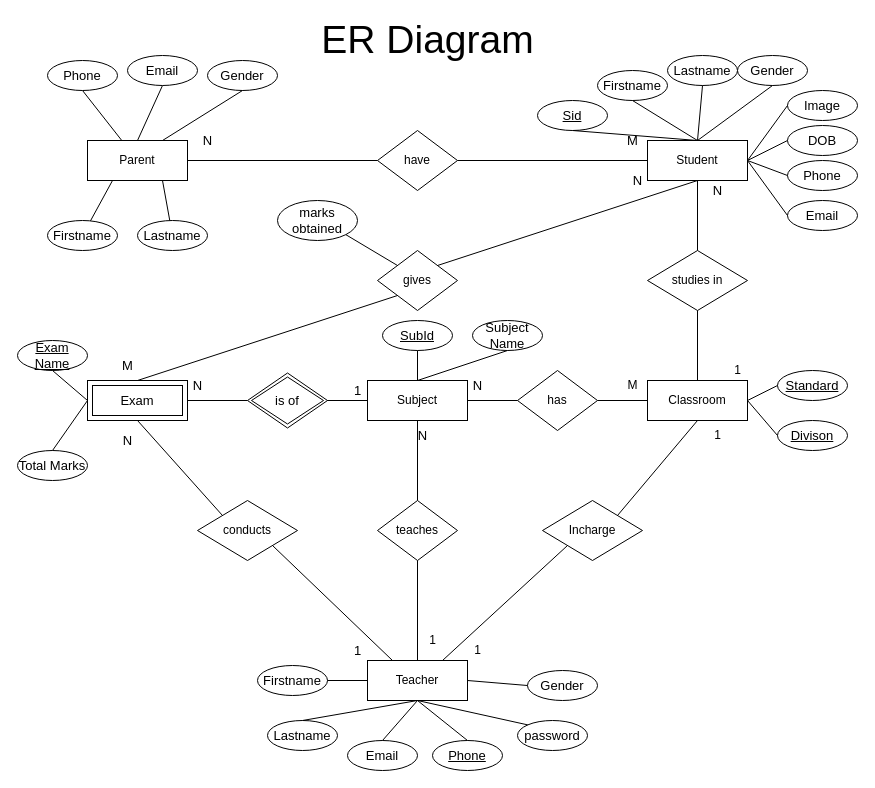
The draw.io diagram Database/School App ER Diagram.drawio.xml in parmar-mohit/School-App, before the edit. Source tidied: cells renumbered, new cells numbered last; positions are measured from the earlier drawing's top-left corner, leaving out a move shared by most shapes. Both pictures are drawn from the tidied source at 100%, with x=0, y=0 at pixel (17, 25).
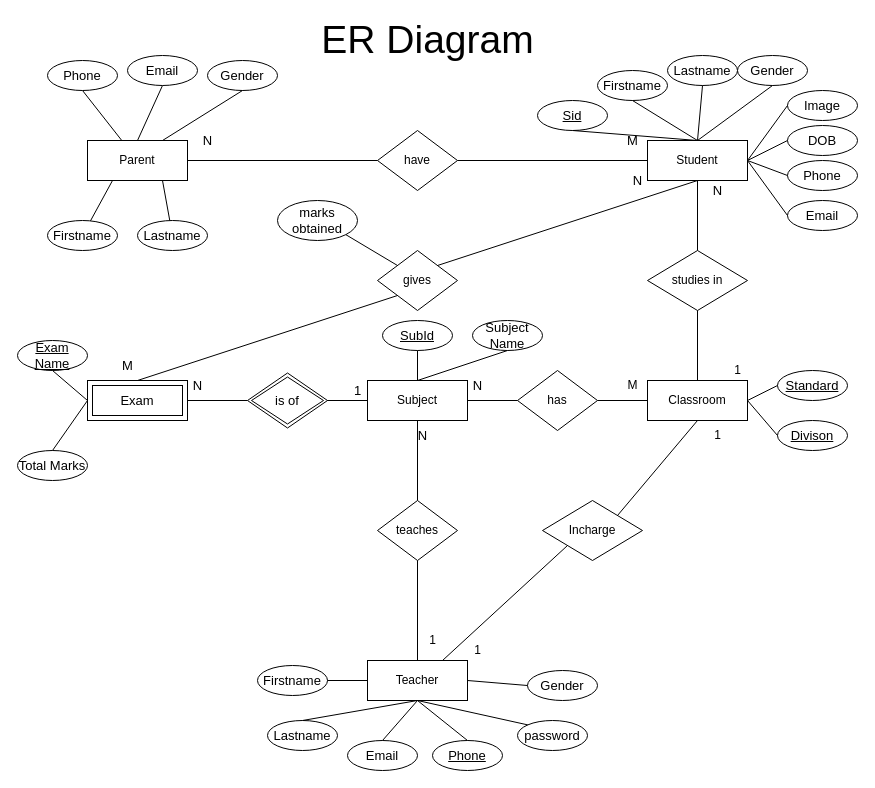
After the change.

The change refers to these unchanged cells:
```xml
<mxCell id="20" value="Teacher" style="whiteSpace=wrap;html=1;align=center;" parent="1" vertex="1">
  <mxGeometry x="350" y="635" width="100" height="40" as="geometry" />
</mxCell>
<mxCell id="83" value="Exam" style="shape=ext;margin=3;double=1;whiteSpace=wrap;html=1;align=center;fontSize=13;strokeWidth=1;" parent="1" vertex="1">
  <mxGeometry x="70" y="355" width="100" height="40" as="geometry" />
</mxCell>
```

Change to the diagram source:
```diff
@@
-    <mxCell id="21" value="conducts" style="shape=rhombus;perimeter=rhombusPerimeter;whiteSpace=wrap;html=1;align=center;" parent="1" vertex="1">
-      <mxGeometry x="180" y="475" width="100" height="60" as="geometry" />
-    </mxCell>
-    <mxCell id="22" style="endArrow=none;html=1;rounded=0;exitX=1;exitY=1;exitDx=0;exitDy=0;entryX=0.25;entryY=0;entryDx=0;entryDy=0;" parent="1" edge="1" source="21" target="20">
-      <mxGeometry relative="1" as="geometry" />
-    </mxCell>
-    <mxCell id="23" style="endArrow=none;html=1;rounded=0;exitX=0.5;exitY=1;exitDx=0;exitDy=0;entryX=0;entryY=0;entryDx=0;entryDy=0;" parent="1" edge="1" source="83" target="21">
-      <mxGeometry relative="1" as="geometry" />
-    </mxCell>
@@
-    <mxCell id="45" value="1" style="text;html=1;align=center;verticalAlign=middle;strokeColor=none;fillColor=none;fontSize=13;" parent="1" vertex="1">
-      <mxGeometry x="330" y="615" width="20" height="20" as="geometry" />
-    </mxCell>
-    <mxCell id="46" value="N" style="text;html=1;align=center;verticalAlign=middle;strokeColor=none;fillColor=none;fontSize=13;" parent="1" vertex="1">
-      <mxGeometry x="100" y="405" width="20" height="20" as="geometry" />
-    </mxCell>
```
